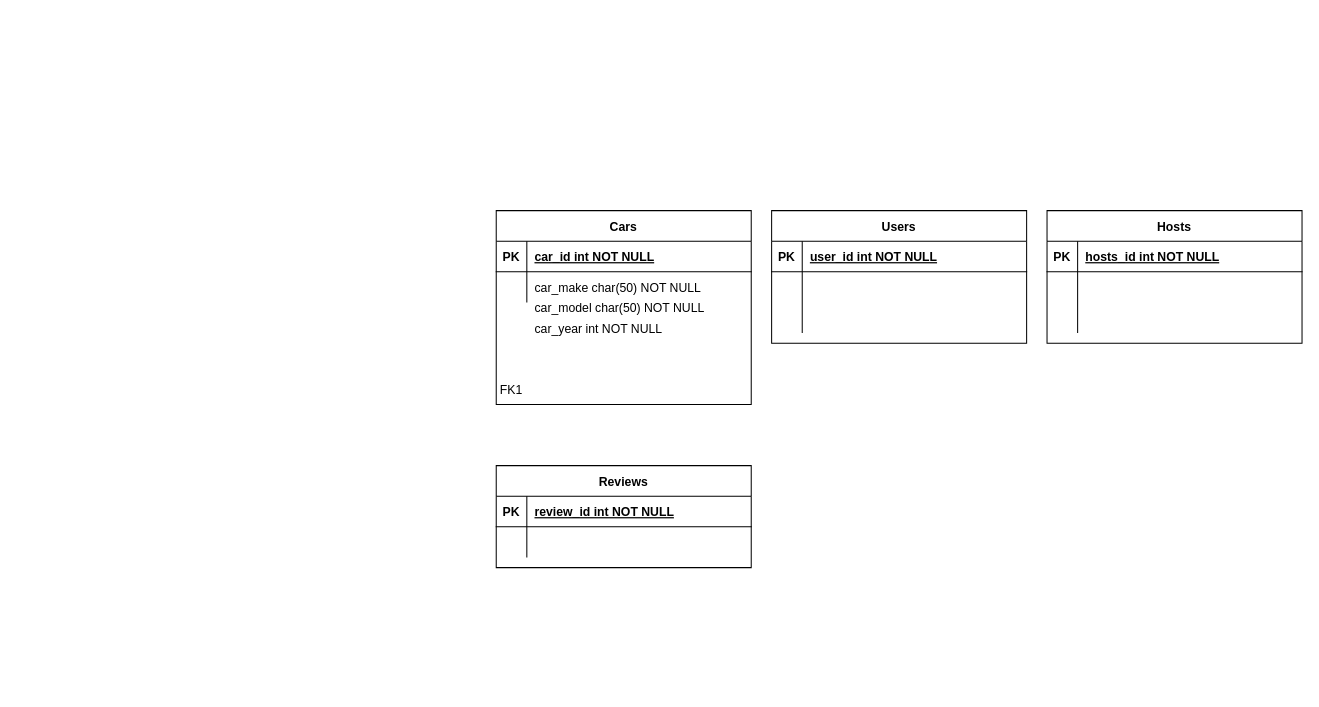
Above: page "ERD" (1 of 2) of Untitled Diagram.drawio in crose275/fec-turo (draw.io), before the change. Source tidied: cells renumbered, new cells numbered last; positions are measured from the earlier drawing's top-left corner, leaving out a move shared by most shapes. Both pictures are drawn from the tidied source at 102%, with x=0, y=0 at pixel (496, 210).
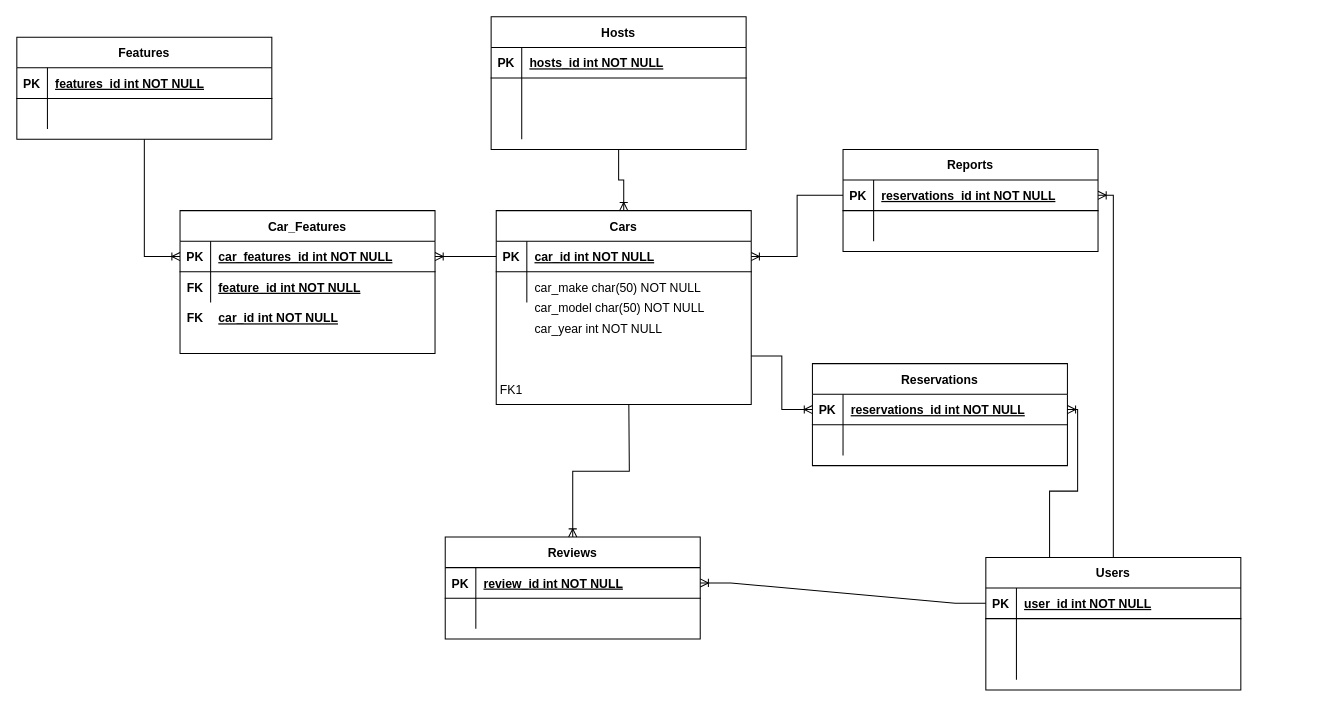
After the change.

Unchanged cells that the change refers to:
```xml
<mxCell id="3" style="shape=partialRectangle;fillColor=none;points=[[0,0.5],[1,0.5]];portConstraint=eastwest;top=0;left=0;right=0;bottom=1;" parent="2" vertex="1">
  <mxGeometry y="30" width="250" height="30" as="geometry" />
</mxCell>
<mxCell id="22" value="Cars" style="shape=table;startSize=30;childLayout=tableLayout;rowLines=0;fontStyle=1;align=center;" parent="1" vertex="1">
  <mxGeometry width="250" height="190" as="geometry" />
</mxCell>
<mxCell id="23" style="shape=partialRectangle;fillColor=none;points=[[0,0.5],[1,0.5]];portConstraint=eastwest;top=0;left=0;right=0;bottom=1;" parent="22" vertex="1">
  <mxGeometry y="30" width="250" height="30" as="geometry" />
</mxCell>
<mxCell id="30" style="shape=partialRectangle;fillColor=none;points=[[0,0.5],[1,0.5]];portConstraint=eastwest;top=0;left=0;right=0;bottom=1;" parent="29" vertex="1">
  <mxGeometry y="30" width="250" height="30" as="geometry" />
</mxCell>
```

What changed in the source:
```diff
@@
     <mxCell id="2" value="Users" style="shape=table;startSize=30;childLayout=tableLayout;rowLines=0;fontStyle=1;align=center;" parent="1" vertex="1">
-      <mxGeometry x="270" width="250" height="130" as="geometry" />
+      <mxGeometry x="480" y="340" width="250" height="130" as="geometry" />
     </mxCell>
@@
     <mxCell id="12" value="Hosts" style="shape=table;startSize=30;childLayout=tableLayout;rowLines=0;fontStyle=1;align=center;" parent="1" vertex="1">
-      <mxGeometry x="540" width="250" height="130" as="geometry" />
+      <mxGeometry x="-5" y="-190" width="250" height="130" as="geometry" />
     </mxCell>
@@
     <mxCell id="29" value="Reviews" style="shape=table;startSize=30;childLayout=tableLayout;rowLines=0;fontStyle=1;align=center;" parent="1" vertex="1">
-      <mxGeometry y="250" width="250" height="100" as="geometry" />
+      <mxGeometry x="-50" y="320" width="250" height="100" as="geometry" />
     </mxCell>
@@
+    <mxCell id="39" value="Features" style="shape=table;startSize=30;childLayout=tableLayout;rowLines=0;fontStyle=1;align=center;" parent="1" vertex="1">
+      <mxGeometry x="-470" y="-170" width="250" height="100" as="geometry" />
+    </mxCell>
+    <mxCell id="40" style="shape=partialRectangle;fillColor=none;top=0;left=0;right=0;bottom=1;" parent="39" vertex="1">
+      <mxGeometry y="30" width="250" height="30" as="geometry" />
+    </mxCell>
+    <mxCell id="41" value="PK" style="shape=partialRectangle;overflow=hidden;fillColor=none;top=0;left=0;bottom=0;right=0;fontStyle=1;" parent="40" vertex="1">
+      <mxGeometry width="30" height="30" as="geometry" />
+    </mxCell>
+    <mxCell id="42" value="features_id int NOT NULL " style="shape=partialRectangle;overflow=hidden;fillColor=none;top=0;left=0;bottom=0;right=0;align=left;spacingLeft=6;fontStyle=5;" parent="40" vertex="1">
+      <mxGeometry x="30" width="220" height="30" as="geometry" />
+    </mxCell>
+    <mxCell id="43" style="shape=partialRectangle;fillColor=none;top=0;left=0;right=0;bottom=0;" parent="39" vertex="1">
+      <mxGeometry y="60" width="250" height="30" as="geometry" />
+    </mxCell>
+    <mxCell id="44" style="shape=partialRectangle;overflow=hidden;fillColor=none;top=0;left=0;bottom=0;right=0;" parent="43" vertex="1">
+      <mxGeometry width="30" height="30" as="geometry" />
+    </mxCell>
+    <mxCell id="45" style="shape=partialRectangle;overflow=hidden;fillColor=none;top=0;left=0;bottom=0;right=0;align=left;spacingLeft=6;" parent="43" vertex="1">
+      <mxGeometry x="30" width="220" height="30" as="geometry" />
+    </mxCell>
+    <mxCell id="46" value="Reservations" style="shape=table;startSize=30;childLayout=tableLayout;rowLines=0;fontStyle=1;align=center;" parent="1" vertex="1">
+      <mxGeometry x="310" y="150" width="250" height="100" as="geometry" />
+    </mxCell>
+    <mxCell id="47" style="shape=partialRectangle;fillColor=none;points=[[0,0.5],[1,0.5]];portConstraint=eastwest;top=0;left=0;right=0;bottom=1;" parent="46" vertex="1">
+      <mxGeometry y="30" width="250" height="30" as="geometry" />
+    </mxCell>
+    <mxCell id="48" value="PK" style="shape=partialRectangle;overflow=hidden;fillColor=none;top=0;left=0;bottom=0;right=0;fontStyle=1;" parent="47" vertex="1">
+      <mxGeometry width="30" height="30" as="geometry" />
+    </mxCell>
+    <mxCell id="49" value="reservations_id int NOT NULL " style="shape=partialRectangle;overflow=hidden;fillColor=none;top=0;left=0;bottom=0;right=0;align=left;spacingLeft=6;fontStyle=5;" parent="47" vertex="1">
+      <mxGeometry x="30" width="220" height="30" as="geometry" />
+    </mxCell>
+    <mxCell id="50" style="shape=partialRectangle;fillColor=none;top=0;left=0;right=0;bottom=0;" parent="46" vertex="1">
+      <mxGeometry y="60" width="250" height="30" as="geometry" />
+    </mxCell>
+    <mxCell id="51" style="shape=partialRectangle;overflow=hidden;fillColor=none;top=0;left=0;bottom=0;right=0;" parent="50" vertex="1">
+      <mxGeometry width="30" height="30" as="geometry" />
+    </mxCell>
+    <mxCell id="52" style="shape=partialRectangle;overflow=hidden;fillColor=none;top=0;left=0;bottom=0;right=0;align=left;spacingLeft=6;" parent="50" vertex="1">
+      <mxGeometry x="30" width="220" height="30" as="geometry" />
+    </mxCell>
+    <mxCell id="53" value="Reports" style="shape=table;startSize=30;childLayout=tableLayout;rowLines=0;fontStyle=1;align=center;" parent="1" vertex="1">
+      <mxGeometry x="340" y="-60" width="250" height="100" as="geometry" />
+    </mxCell>
+    <mxCell id="54" style="shape=partialRectangle;fillColor=none;points=[[0,0.5],[1,0.5]];portConstraint=eastwest;top=0;left=0;right=0;bottom=1;" parent="53" vertex="1">
+      <mxGeometry y="30" width="250" height="30" as="geometry" />
+    </mxCell>
+    <mxCell id="55" value="PK" style="shape=partialRectangle;overflow=hidden;fillColor=none;top=0;left=0;bottom=0;right=0;fontStyle=1;" parent="54" vertex="1">
+      <mxGeometry width="30" height="30" as="geometry" />
+    </mxCell>
+    <mxCell id="56" value="reservations_id int NOT NULL " style="shape=partialRectangle;overflow=hidden;fillColor=none;top=0;left=0;bottom=0;right=0;align=left;spacingLeft=6;fontStyle=5;" parent="54" vertex="1">
+      <mxGeometry x="30" width="220" height="30" as="geometry" />
+    </mxCell>
+    <mxCell id="57" style="shape=partialRectangle;fillColor=none;top=0;left=0;right=0;bottom=0;" parent="53" vertex="1">
+      <mxGeometry y="60" width="250" height="30" as="geometry" />
+    </mxCell>
+    <mxCell id="58" style="shape=partialRectangle;overflow=hidden;fillColor=none;top=0;left=0;bottom=0;right=0;" parent="57" vertex="1">
+      <mxGeometry width="30" height="30" as="geometry" />
+    </mxCell>
+    <mxCell id="59" style="shape=partialRectangle;overflow=hidden;fillColor=none;top=0;left=0;bottom=0;right=0;align=left;spacingLeft=6;" parent="57" vertex="1">
+      <mxGeometry x="30" width="220" height="30" as="geometry" />
+    </mxCell>
+    <mxCell id="60" style="edgeStyle=orthogonalEdgeStyle;fontSize=12;html=1;endArrow=ERoneToMany;rounded=0;exitX=0.5;exitY=1;exitDx=0;exitDy=0;entryX=0.5;entryY=0;entryDx=0;entryDy=0;" parent="1" edge="1" source="12" target="22">
+      <mxGeometry relative="1" as="geometry" />
+    </mxCell>
+    <mxCell id="61" style="edgeStyle=entityRelationEdgeStyle;fontSize=12;html=1;endArrow=ERoneToMany;rounded=0;exitX=0;exitY=0.5;exitDx=0;exitDy=0;" parent="1" edge="1" source="3" target="30">
+      <mxGeometry relative="1" as="geometry" />
+    </mxCell>
+    <mxCell id="62" style="edgeStyle=orthogonalEdgeStyle;fontSize=12;html=1;endArrow=ERoneToMany;rounded=0;entryX=0.5;entryY=0;entryDx=0;entryDy=0;" parent="1" edge="1" target="29">
+      <mxGeometry relative="1" as="geometry">
+        <mxPoint x="130" y="190" as="sourcePoint" />
+      </mxGeometry>
+    </mxCell>
+    <mxCell id="63" style="edgeStyle=orthogonalEdgeStyle;fontSize=12;html=1;endArrow=ERoneToMany;rounded=0;exitX=0;exitY=0.5;exitDx=0;exitDy=0;" parent="1" edge="1" source="54" target="23">
+      <mxGeometry relative="1" as="geometry" />
+    </mxCell>
+    <mxCell id="64" style="edgeStyle=orthogonalEdgeStyle;fontSize=12;html=1;endArrow=ERoneToMany;rounded=0;exitX=0.5;exitY=0;exitDx=0;exitDy=0;" parent="1" edge="1" source="2" target="54">
+      <mxGeometry relative="1" as="geometry" />
+    </mxCell>
+    <mxCell id="65" value="Car_Features" style="shape=table;startSize=30;childLayout=tableLayout;rowLines=0;fontStyle=1;align=center;" parent="1" vertex="1">
+      <mxGeometry x="-310" width="250" height="140" as="geometry" />
+    </mxCell>
+    <mxCell id="66" style="shape=partialRectangle;fillColor=none;points=[[0,0.5],[1,0.5]];portConstraint=eastwest;top=0;left=0;right=0;bottom=1;" parent="65" vertex="1">
+      <mxGeometry y="30" width="250" height="30" as="geometry" />
+    </mxCell>
+    <mxCell id="67" value="PK" style="shape=partialRectangle;overflow=hidden;fillColor=none;top=0;left=0;bottom=0;right=0;fontStyle=1;" parent="66" vertex="1">
+      <mxGeometry width="30" height="30" as="geometry" />
+    </mxCell>
+    <mxCell id="68" value="car_features_id int NOT NULL " style="shape=partialRectangle;overflow=hidden;fillColor=none;top=0;left=0;bottom=0;right=0;align=left;spacingLeft=6;fontStyle=5;" parent="66" vertex="1">
+      <mxGeometry x="30" width="220" height="30" as="geometry" />
+    </mxCell>
+    <mxCell id="69" style="shape=partialRectangle;fillColor=none;top=0;left=0;right=0;bottom=0;" parent="65" vertex="1">
+      <mxGeometry y="60" width="250" height="30" as="geometry" />
+    </mxCell>
+    <mxCell id="70" style="shape=partialRectangle;overflow=hidden;fillColor=none;top=0;left=0;bottom=0;right=0;" parent="69" vertex="1">
+      <mxGeometry width="30" height="30" as="geometry" />
+    </mxCell>
+    <mxCell id="71" style="shape=partialRectangle;overflow=hidden;fillColor=none;top=0;left=0;bottom=0;right=0;align=left;spacingLeft=6;" parent="69" vertex="1">
+      <mxGeometry x="30" width="220" height="30" as="geometry" />
+    </mxCell>
+    <mxCell id="72" value="FK" style="shape=partialRectangle;overflow=hidden;fillColor=none;top=0;left=0;bottom=0;right=0;fontStyle=1;" parent="1" vertex="1">
+      <mxGeometry x="-310" y="60" width="30" height="30" as="geometry" />
+    </mxCell>
+    <mxCell id="73" value="feature_id int NOT NULL " style="shape=partialRectangle;overflow=hidden;fillColor=none;top=0;left=0;bottom=0;right=0;align=left;spacingLeft=6;fontStyle=5;" parent="1" vertex="1">
+      <mxGeometry x="-280" y="60" width="220" height="30" as="geometry" />
+    </mxCell>
+    <mxCell id="74" value="FK" style="shape=partialRectangle;overflow=hidden;fillColor=none;top=0;left=0;bottom=0;right=0;fontStyle=1;" parent="1" vertex="1">
+      <mxGeometry x="-310" y="90" width="30" height="30" as="geometry" />
+    </mxCell>
+    <mxCell id="75" value="car_id int NOT NULL " style="shape=partialRectangle;overflow=hidden;fillColor=none;top=0;left=0;bottom=0;right=0;align=left;spacingLeft=6;fontStyle=5;" parent="1" vertex="1">
+      <mxGeometry x="-280" y="90" width="220" height="30" as="geometry" />
+    </mxCell>
+    <mxCell id="76" style="edgeStyle=orthogonalEdgeStyle;fontSize=12;html=1;endArrow=ERoneToMany;rounded=0;exitX=0.5;exitY=1;exitDx=0;exitDy=0;entryX=0;entryY=0.5;entryDx=0;entryDy=0;" parent="1" edge="1" source="39" target="66">
+      <mxGeometry relative="1" as="geometry" />
+    </mxCell>
+    <mxCell id="77" style="edgeStyle=orthogonalEdgeStyle;fontSize=12;html=1;endArrow=ERoneToMany;rounded=0;exitX=0;exitY=0.5;exitDx=0;exitDy=0;entryX=1;entryY=0.5;entryDx=0;entryDy=0;" parent="1" edge="1" source="23" target="66">
+      <mxGeometry relative="1" as="geometry" />
+    </mxCell>
+    <mxCell id="78" style="edgeStyle=orthogonalEdgeStyle;fontSize=12;html=1;endArrow=ERoneToMany;rounded=0;exitX=0.25;exitY=0;exitDx=0;exitDy=0;" parent="1" edge="1" source="2" target="47">
+      <mxGeometry relative="1" as="geometry" />
+    </mxCell>
+    <mxCell id="79" style="edgeStyle=orthogonalEdgeStyle;fontSize=12;html=1;endArrow=ERoneToMany;rounded=0;exitX=1;exitY=0.75;exitDx=0;exitDy=0;entryX=0;entryY=0.5;entryDx=0;entryDy=0;" parent="1" edge="1" source="22" target="47">
+      <mxGeometry relative="1" as="geometry" />
+    </mxCell>
```
